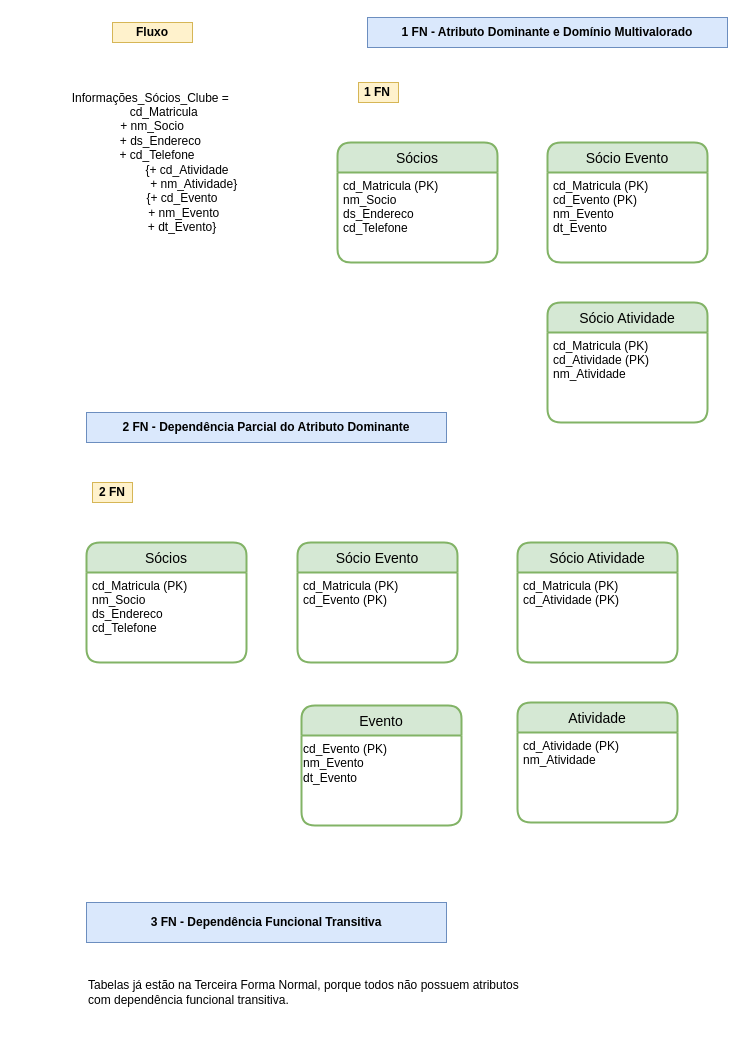
Earlier version of the draw.io diagram Untitled Diagram.drawio (costadaniele/BancoDeDados). Source tidied: cells renumbered, new cells numbered last; positions are measured from the earlier drawing's top-left corner, leaving out a move shared by most shapes. Both pictures are drawn from the tidied source at 100%, with x=0, y=0 at pixel (17, 17).
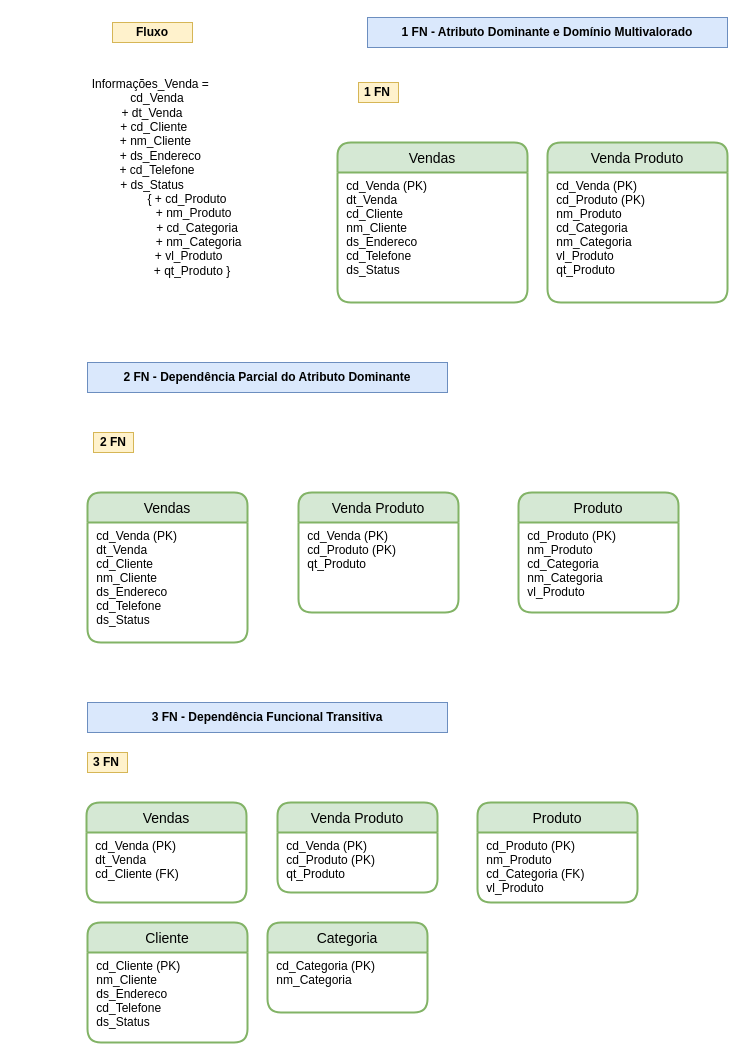
Above is the later version.

Change to the diagram source:
```diff
@@
-    <mxCell id="2" value="Sócios" style="swimlane;horizontal=1;startSize=30;rounded=1;fontSize=14;fontStyle=0;strokeWidth=2;shadow=0;dashed=0;align=center;fillColor=#d5e8d4;strokeColor=#82b366;" parent="1" vertex="1">
-      <mxGeometry x="320" y="125" width="160" height="120" as="geometry" />
+    <mxCell id="2" value="Vendas" style="swimlane;horizontal=1;startSize=30;rounded=1;fontSize=14;fontStyle=0;strokeWidth=2;shadow=0;dashed=0;align=center;fillColor=#d5e8d4;strokeColor=#82b366;" parent="1" vertex="1">
+      <mxGeometry x="320" y="125" width="190" height="160" as="geometry" />
     </mxCell>
-    <mxCell id="3" value="cd_Matricula (PK)&#10;nm_Socio&#10;ds_Endereco&#10;cd_Telefone" style="align=left;strokeColor=none;fillColor=none;spacingLeft=4;fontSize=12;verticalAlign=top;" parent="2" vertex="1">
-      <mxGeometry y="30" width="160" height="90" as="geometry" />
+    <mxCell id="3" value=" cd_Venda (PK)&#10; dt_Venda&#10; cd_Cliente&#10; nm_Cliente&#10; ds_Endereco&#10; cd_Telefone&#10; ds_Status" style="align=left;strokeColor=none;fillColor=none;spacingLeft=4;fontSize=12;verticalAlign=top;" parent="2" vertex="1">
+      <mxGeometry y="30" width="190" height="130" as="geometry" />
     </mxCell>
-    <mxCell id="4" value="Sócio Evento" style="swimlane;horizontal=1;startSize=30;rounded=1;fontSize=14;fontStyle=0;strokeWidth=2;shadow=0;dashed=0;align=center;fillColor=#d5e8d4;strokeColor=#82b366;" parent="1" vertex="1">
-      <mxGeometry x="530" y="125" width="160" height="120" as="geometry" />
+    <mxCell id="4" value="Venda Produto" style="swimlane;horizontal=1;startSize=30;rounded=1;fontSize=14;fontStyle=0;strokeWidth=2;shadow=0;dashed=0;align=center;fillColor=#d5e8d4;strokeColor=#82b366;" parent="1" vertex="1">
+      <mxGeometry x="530" y="125" width="180" height="160" as="geometry" />
     </mxCell>
-    <mxCell id="5" value="cd_Matricula (PK)&#10;cd_Evento (PK)&#10;nm_Evento&#10;dt_Evento&#10;" style="align=left;strokeColor=none;fillColor=none;spacingLeft=4;fontSize=12;verticalAlign=top;" parent="4" vertex="1">
-      <mxGeometry y="30" width="160" height="90" as="geometry" />
+    <mxCell id="5" value=" cd_Venda (PK)&#10; cd_Produto (PK)&#10; nm_Produto&#10; cd_Categoria&#10; nm_Categoria&#10; vl_Produto&#10; qt_Produto" style="align=left;strokeColor=none;fillColor=none;spacingLeft=4;fontSize=12;verticalAlign=top;" parent="4" vertex="1">
+      <mxGeometry y="30" width="180" height="130" as="geometry" />
     </mxCell>
@@
-    <mxCell id="7" value="Sócio Atividade" style="swimlane;horizontal=1;startSize=30;rounded=1;fontSize=14;fontStyle=0;strokeWidth=2;shadow=0;dashed=0;align=center;fillColor=#d5e8d4;strokeColor=#82b366;" parent="1" vertex="1">
-      <mxGeometry x="530" y="285" width="160" height="120" as="geometry" />
-    </mxCell>
-    <mxCell id="8" value="cd_Matricula (PK)&#10;cd_Atividade (PK)&#10;nm_Atividade&#10;" style="align=left;strokeColor=none;fillColor=none;spacingLeft=4;fontSize=12;verticalAlign=top;" parent="7" vertex="1">
-      <mxGeometry y="30" width="160" height="90" as="geometry" />
-    </mxCell>
@@
-    <mxCell id="11" value="&lt;b&gt;2 FN - Dependência Parcial do Atributo Dominante&lt;/b&gt;" style="text;html=1;strokeColor=#6c8ebf;fillColor=#dae8fc;align=center;verticalAlign=middle;whiteSpace=wrap;rounded=0;" parent="1" vertex="1">
-      <mxGeometry x="69" y="395" width="360" height="30" as="geometry" />
-    </mxCell>
-    <mxCell id="12" style="rounded=0;whiteSpace=wrap;html=1;fillColor=#fff2cc;strokeColor=#d6b656;" parent="1" vertex="1">
-      <mxGeometry x="75" y="465" width="40" height="20" as="geometry" />
-    </mxCell>
-    <mxCell id="13" value="&lt;b&gt;2 FN&lt;/b&gt;" style="text;html=1;strokeColor=none;fillColor=none;align=center;verticalAlign=middle;whiteSpace=wrap;rounded=0;" parent="1" vertex="1">
-      <mxGeometry x="75" y="465" width="40" height="20" as="geometry" />
-    </mxCell>
-    <mxCell id="14" value="Sócios" style="swimlane;horizontal=1;startSize=30;rounded=1;fontSize=14;fontStyle=0;strokeWidth=2;shadow=0;dashed=0;align=center;fillColor=#d5e8d4;strokeColor=#82b366;" parent="1" vertex="1">
-      <mxGeometry x="69" y="525" width="160" height="120" as="geometry" />
-    </mxCell>
-    <mxCell id="15" value="cd_Matricula (PK)&#10;nm_Socio&#10;ds_Endereco&#10;cd_Telefone" style="align=left;strokeColor=none;fillColor=none;spacingLeft=4;fontSize=12;verticalAlign=top;" parent="14" vertex="1">
-      <mxGeometry y="30" width="160" height="90" as="geometry" />
-    </mxCell>
-    <mxCell id="16" value="Sócio Evento" style="swimlane;horizontal=1;startSize=30;rounded=1;fontSize=14;fontStyle=0;strokeWidth=2;shadow=0;dashed=0;align=center;fillColor=#d5e8d4;strokeColor=#82b366;" parent="1" vertex="1">
-      <mxGeometry x="280" y="525" width="160" height="120" as="geometry" />
-    </mxCell>
-    <mxCell id="17" value="cd_Matricula (PK)&#10;cd_Evento (PK)" style="align=left;strokeColor=none;fillColor=none;spacingLeft=4;fontSize=12;verticalAlign=top;" parent="16" vertex="1">
-      <mxGeometry y="30" width="160" height="90" as="geometry" />
-    </mxCell>
-    <mxCell id="18" value="Sócio Atividade" style="swimlane;horizontal=1;startSize=30;rounded=1;fontSize=14;fontStyle=0;strokeWidth=2;shadow=0;dashed=0;align=center;fillColor=#d5e8d4;strokeColor=#82b366;" parent="1" vertex="1">
-      <mxGeometry x="500" y="525" width="160" height="120" as="geometry" />
-    </mxCell>
-    <mxCell id="19" value="cd_Matricula (PK)&#10;cd_Atividade (PK)" style="align=left;strokeColor=none;fillColor=none;spacingLeft=4;fontSize=12;verticalAlign=top;" parent="18" vertex="1">
-      <mxGeometry y="30" width="160" height="90" as="geometry" />
-    </mxCell>
-    <mxCell id="20" value="Atividade" style="swimlane;horizontal=1;startSize=30;rounded=1;fontSize=14;fontStyle=0;strokeWidth=2;shadow=0;dashed=0;align=center;fillColor=#d5e8d4;strokeColor=#82b366;" parent="1" vertex="1">
-      <mxGeometry x="500" y="685" width="160" height="120" as="geometry" />
-    </mxCell>
-    <mxCell id="21" value="cd_Atividade (PK)&#10;nm_Atividade&#10;" style="align=left;strokeColor=none;fillColor=none;spacingLeft=4;fontSize=12;verticalAlign=top;" parent="20" vertex="1">
-      <mxGeometry y="30" width="160" height="90" as="geometry" />
-    </mxCell>
     <mxCell id="22" value="&lt;b&gt;3 FN - Dependência Funcional Transitiva&lt;/b&gt;" style="text;html=1;strokeColor=#6c8ebf;fillColor=#dae8fc;align=center;verticalAlign=middle;whiteSpace=wrap;rounded=0;" parent="1" vertex="1">
-      <mxGeometry x="69" y="885" width="360" height="40" as="geometry" />
+      <mxGeometry x="70" y="685" width="360" height="30" as="geometry" />
     </mxCell>
-    <mxCell id="23" value="Evento" style="swimlane;horizontal=1;startSize=30;rounded=1;fontSize=14;fontStyle=0;strokeWidth=2;shadow=0;dashed=0;align=center;fillColor=#d5e8d4;strokeColor=#82b366;" parent="1" vertex="1">
-      <mxGeometry x="284" y="688" width="160" height="120" as="geometry" />
-    </mxCell>
-    <mxCell id="24" value="&lt;span&gt;cd_Evento (PK)&lt;/span&gt;&lt;br style=&quot;padding: 0px ; margin: 0px&quot;&gt;&lt;span&gt;nm_Evento&lt;/span&gt;&lt;br style=&quot;padding: 0px ; margin: 0px&quot;&gt;&lt;span&gt;dt_Evento&lt;/span&gt;" style="text;html=1;strokeColor=none;fillColor=none;align=left;verticalAlign=top;whiteSpace=wrap;rounded=0;perimeterSpacing=1;" parent="23" vertex="1">
-      <mxGeometry y="30" width="160" height="90" as="geometry" />
-    </mxCell>
-    <mxCell id="25" value="&lt;div&gt;Informações_Sócios_Clube =&lt;span&gt;&amp;nbsp;&lt;/span&gt;&lt;/div&gt;&lt;div&gt;&amp;nbsp;&lt;span&gt;&amp;nbsp; &amp;nbsp; &amp;nbsp; &lt;/span&gt;cd_Matricula&lt;/div&gt;&lt;div&gt;&lt;span&gt;+ nm_Socio&lt;/span&gt;&lt;/div&gt;&lt;div&gt;&lt;span&gt; &lt;/span&gt;&amp;nbsp; &amp;nbsp; &amp;nbsp;+ ds_Endereco&lt;/div&gt;&lt;div&gt;&lt;span&gt; &lt;/span&gt;&amp;nbsp; &amp;nbsp;+ cd_Telefone&lt;/div&gt;&lt;div&gt;&lt;span&gt;&lt;/span&gt;&amp;nbsp; &amp;nbsp; &amp;nbsp; &amp;nbsp; &amp;nbsp; &amp;nbsp; &amp;nbsp; &amp;nbsp; &amp;nbsp; &amp;nbsp; &amp;nbsp;{+ cd_Atividade&lt;/div&gt;&lt;div&gt;&lt;span&gt;&lt;/span&gt;&amp;nbsp; &amp;nbsp; &amp;nbsp; &amp;nbsp; &amp;nbsp; &amp;nbsp; &amp;nbsp; &amp;nbsp; &amp;nbsp; &amp;nbsp; &amp;nbsp; &amp;nbsp; &amp;nbsp;+ nm_Atividade}&lt;/div&gt;&lt;div&gt;&lt;span&gt;&lt;/span&gt;&amp;nbsp; &amp;nbsp; &amp;nbsp;&lt;span&gt;&amp;nbsp; &amp;nbsp; &amp;nbsp; &amp;nbsp; &amp;nbsp; &amp;nbsp; &amp;nbsp;{+ cd_Evento&lt;/span&gt;&lt;/div&gt;&lt;div&gt;&lt;span&gt;&lt;/span&gt;&amp;nbsp; &amp;nbsp; &amp;nbsp; &amp;nbsp; &amp;nbsp; &amp;nbsp; &amp;nbsp; &amp;nbsp; &amp;nbsp; &amp;nbsp;+ nm_Evento&lt;/div&gt;&lt;div&gt;&lt;span&gt;&lt;/span&gt;&amp;nbsp; &amp;nbsp; &amp;nbsp; &amp;nbsp; &amp;nbsp; &amp;nbsp; &amp;nbsp; &amp;nbsp; &amp;nbsp; + dt_Evento}&lt;/div&gt;" style="text;html=1;strokeColor=none;fillColor=none;align=center;verticalAlign=middle;whiteSpace=wrap;rounded=0;" parent="1" vertex="1">
-      <mxGeometry y="65" width="270" height="160" as="geometry" />
+    <mxCell id="25" value="&lt;div&gt;Informações_Venda =&lt;span&gt;&amp;nbsp;&lt;/span&gt;&lt;/div&gt;&lt;div&gt;&amp;nbsp;&lt;span&gt;&amp;nbsp; &lt;/span&gt;cd_Venda&lt;/div&gt;&lt;div&gt;&lt;span&gt;+ dt_Venda&lt;/span&gt;&lt;/div&gt;&lt;div&gt;&lt;span&gt; &lt;/span&gt;&amp;nbsp;+ cd_Cliente&lt;/div&gt;&lt;div&gt;&lt;span&gt; &lt;/span&gt;&amp;nbsp; + nm_Cliente&lt;/div&gt;&lt;div&gt;&amp;nbsp; &amp;nbsp; &amp;nbsp;+ ds_Endereco&lt;/div&gt;&lt;div&gt;&amp;nbsp; &amp;nbsp;+ cd_Telefone&lt;/div&gt;&lt;div&gt;&lt;span&gt;+ ds_Status&lt;/span&gt;&lt;/div&gt;&lt;div&gt;&lt;span&gt;&lt;/span&gt;&amp;nbsp; &amp;nbsp; &amp;nbsp; &amp;nbsp; &amp;nbsp; &amp;nbsp; &amp;nbsp; &amp;nbsp; &amp;nbsp; &amp;nbsp; &amp;nbsp;{ + cd_Produto&lt;/div&gt;&lt;div&gt;&lt;span&gt;&lt;/span&gt;&amp;nbsp; &amp;nbsp; &amp;nbsp; &amp;nbsp; &amp;nbsp; &amp;nbsp; &amp;nbsp; &amp;nbsp; &amp;nbsp; &amp;nbsp; &amp;nbsp; &amp;nbsp; &amp;nbsp;+ nm_Produto&lt;/div&gt;&lt;div&gt;&lt;span&gt;&lt;/span&gt;&amp;nbsp; &amp;nbsp; &amp;nbsp;&lt;span&gt;&amp;nbsp; &amp;nbsp; &amp;nbsp; &amp;nbsp; &amp;nbsp; &amp;nbsp; &amp;nbsp; &amp;nbsp; &amp;nbsp; &amp;nbsp; &amp;nbsp; + cd_Categoria&lt;/span&gt;&lt;/div&gt;&lt;div&gt;&lt;span&gt;&lt;/span&gt;&amp;nbsp; &amp;nbsp; &amp;nbsp; &amp;nbsp; &amp;nbsp; &amp;nbsp; &amp;nbsp; &amp;nbsp; &amp;nbsp; &amp;nbsp; &amp;nbsp; &amp;nbsp; &amp;nbsp; &amp;nbsp; + nm_Categoria&lt;/div&gt;&lt;div&gt;&lt;span&gt;&lt;/span&gt;&amp;nbsp; &amp;nbsp; &amp;nbsp; &amp;nbsp; &amp;nbsp; &amp;nbsp; &amp;nbsp; &amp;nbsp; &amp;nbsp; &amp;nbsp; &amp;nbsp; + vl_Produto&lt;/div&gt;&lt;div&gt;&amp;nbsp; &amp;nbsp; &amp;nbsp; &amp;nbsp; &amp;nbsp; &amp;nbsp; &amp;nbsp; &amp;nbsp; &amp;nbsp; &amp;nbsp; &amp;nbsp; &amp;nbsp; + qt_Produto }&lt;/div&gt;" style="text;html=1;strokeColor=none;fillColor=none;align=center;verticalAlign=middle;whiteSpace=wrap;rounded=0;" parent="1" vertex="1">
+      <mxGeometry y="55" width="270" height="210" as="geometry" />
     </mxCell>
@@
-    <mxCell id="28" value="Tabelas já estão na Terceira Forma Normal, porque todos não possuem atributos com dependência funcional transitiva." style="text;html=1;strokeColor=none;fillColor=none;align=left;verticalAlign=middle;whiteSpace=wrap;rounded=0;" parent="1" vertex="1">
-      <mxGeometry x="69" y="965" width="440" height="20" as="geometry" />
-    </mxCell>
+    <mxCell id="29" value="Vendas" style="swimlane;horizontal=1;startSize=30;rounded=1;fontSize=14;fontStyle=0;strokeWidth=2;shadow=0;dashed=0;align=center;fillColor=#d5e8d4;strokeColor=#82b366;" parent="1" vertex="1">
+      <mxGeometry x="69" y="785" width="160" height="100" as="geometry" />
+    </mxCell>
+    <mxCell id="30" value=" cd_Venda (PK)&#10; dt_Venda&#10; cd_Cliente (FK)" style="align=left;strokeColor=none;fillColor=none;spacingLeft=4;fontSize=12;verticalAlign=top;" parent="29" vertex="1">
+      <mxGeometry y="30" width="160" height="70" as="geometry" />
+    </mxCell>
+    <mxCell id="31" value="Venda Produto" style="swimlane;horizontal=1;startSize=30;rounded=1;fontSize=14;fontStyle=0;strokeWidth=2;shadow=0;dashed=0;align=center;fillColor=#d5e8d4;strokeColor=#82b366;" parent="1" vertex="1">
+      <mxGeometry x="260" y="785" width="160" height="90" as="geometry" />
+    </mxCell>
+    <mxCell id="32" value=" cd_Venda (PK)&#10; cd_Produto (PK)&#10; qt_Produto" style="align=left;strokeColor=none;fillColor=none;spacingLeft=4;fontSize=12;verticalAlign=top;" parent="31" vertex="1">
+      <mxGeometry y="30" width="160" height="60" as="geometry" />
+    </mxCell>
+    <mxCell id="33" value="Produto" style="swimlane;horizontal=1;startSize=30;rounded=1;fontSize=14;fontStyle=0;strokeWidth=2;shadow=0;dashed=0;align=center;fillColor=#d5e8d4;strokeColor=#82b366;" parent="1" vertex="1">
+      <mxGeometry x="460" y="785" width="160" height="100" as="geometry" />
+    </mxCell>
+    <mxCell id="34" value=" cd_Produto (PK)&#10; nm_Produto&#10; cd_Categoria (FK)&#10; vl_Produto" style="align=left;strokeColor=none;fillColor=none;spacingLeft=4;fontSize=12;verticalAlign=top;" parent="33" vertex="1">
+      <mxGeometry y="30" width="160" height="90" as="geometry" />
+    </mxCell>
+    <mxCell id="35" value=" &#10; &#10;" style="align=left;strokeColor=none;fillColor=none;spacingLeft=4;fontSize=12;verticalAlign=top;" parent="33" vertex="1">
+      <mxGeometry y="120" width="160" height="-20" as="geometry" />
+    </mxCell>
+    <mxCell id="36" value="Cliente" style="swimlane;horizontal=1;startSize=30;rounded=1;fontSize=14;fontStyle=0;strokeWidth=2;shadow=0;dashed=0;align=center;fillColor=#d5e8d4;strokeColor=#82b366;" parent="1" vertex="1">
+      <mxGeometry x="70" y="905" width="160" height="120" as="geometry" />
+    </mxCell>
+    <mxCell id="37" value=" cd_Cliente (PK)&#10; nm_Cliente&#10; ds_Endereco&#10; cd_Telefone&#10; ds_Status" style="align=left;strokeColor=none;fillColor=none;spacingLeft=4;fontSize=12;verticalAlign=top;" parent="36" vertex="1">
+      <mxGeometry y="30" width="160" height="90" as="geometry" />
+    </mxCell>
+    <mxCell id="38" value="Categoria" style="swimlane;horizontal=1;startSize=30;rounded=1;fontSize=14;fontStyle=0;strokeWidth=2;shadow=0;dashed=0;align=center;fillColor=#d5e8d4;strokeColor=#82b366;" parent="1" vertex="1">
+      <mxGeometry x="250" y="905" width="160" height="90" as="geometry" />
+    </mxCell>
+    <mxCell id="39" value=" cd_Categoria (PK)&#10; nm_Categoria&#10;" style="align=left;strokeColor=none;fillColor=none;spacingLeft=4;fontSize=12;verticalAlign=top;" parent="38" vertex="1">
+      <mxGeometry y="30" width="160" height="60" as="geometry" />
+    </mxCell>
+    <mxCell id="40" style="rounded=0;whiteSpace=wrap;html=1;fillColor=#fff2cc;strokeColor=#d6b656;" parent="1" vertex="1">
+      <mxGeometry x="70" y="735" width="40" height="20" as="geometry" />
+    </mxCell>
+    <mxCell id="41" value="&lt;b&gt;3 FN&lt;/b&gt;" style="text;html=1;strokeColor=none;fillColor=none;align=center;verticalAlign=middle;whiteSpace=wrap;rounded=0;" parent="1" vertex="1">
+      <mxGeometry x="69" y="735" width="40" height="20" as="geometry" />
+    </mxCell>
+    <mxCell id="11" value="&lt;b&gt;2 FN - Dependência Parcial do Atributo Dominante&lt;/b&gt;" style="text;html=1;strokeColor=#6c8ebf;fillColor=#dae8fc;align=center;verticalAlign=middle;whiteSpace=wrap;rounded=0;" parent="1" vertex="1">
+      <mxGeometry x="70" y="345" width="360" height="30" as="geometry" />
+    </mxCell>
+    <mxCell id="42" style="rounded=0;whiteSpace=wrap;html=1;fillColor=#fff2cc;strokeColor=#d6b656;" parent="1" vertex="1">
+      <mxGeometry x="76" y="415" width="40" height="20" as="geometry" />
+    </mxCell>
+    <mxCell id="13" value="&lt;b&gt;2 FN&lt;/b&gt;" style="text;html=1;strokeColor=none;fillColor=none;align=center;verticalAlign=middle;whiteSpace=wrap;rounded=0;" parent="1" vertex="1">
+      <mxGeometry x="76" y="415" width="40" height="20" as="geometry" />
+    </mxCell>
+    <mxCell id="43" value="Vendas" style="swimlane;horizontal=1;startSize=30;rounded=1;fontSize=14;fontStyle=0;strokeWidth=2;shadow=0;dashed=0;align=center;fillColor=#d5e8d4;strokeColor=#82b366;" parent="1" vertex="1">
+      <mxGeometry x="70" y="475" width="160" height="150" as="geometry" />
+    </mxCell>
+    <mxCell id="44" value=" cd_Venda (PK)&#10; dt_Venda&#10; cd_Cliente&#10; nm_Cliente&#10; ds_Endereco&#10; cd_Telefone&#10; ds_Status" style="align=left;strokeColor=none;fillColor=none;spacingLeft=4;fontSize=12;verticalAlign=top;" parent="43" vertex="1">
+      <mxGeometry y="30" width="160" height="120" as="geometry" />
+    </mxCell>
+    <mxCell id="45" value="Venda Produto" style="swimlane;horizontal=1;startSize=30;rounded=1;fontSize=14;fontStyle=0;strokeWidth=2;shadow=0;dashed=0;align=center;fillColor=#d5e8d4;strokeColor=#82b366;" parent="1" vertex="1">
+      <mxGeometry x="281" y="475" width="160" height="120" as="geometry" />
+    </mxCell>
+    <mxCell id="46" value=" cd_Venda (PK)&#10; cd_Produto (PK)&#10; qt_Produto" style="align=left;strokeColor=none;fillColor=none;spacingLeft=4;fontSize=12;verticalAlign=top;" parent="45" vertex="1">
+      <mxGeometry y="30" width="160" height="90" as="geometry" />
+    </mxCell>
+    <mxCell id="47" value="Produto" style="swimlane;horizontal=1;startSize=30;rounded=1;fontSize=14;fontStyle=0;strokeWidth=2;shadow=0;dashed=0;align=center;fillColor=#d5e8d4;strokeColor=#82b366;" parent="1" vertex="1">
+      <mxGeometry x="501" y="475" width="160" height="120" as="geometry" />
+    </mxCell>
+    <mxCell id="48" value=" cd_Produto (PK)&#10; nm_Produto&#10; cd_Categoria&#10; nm_Categoria&#10; vl_Produto" style="align=left;strokeColor=none;fillColor=none;spacingLeft=4;fontSize=12;verticalAlign=top;" parent="47" vertex="1">
+      <mxGeometry y="30" width="160" height="90" as="geometry" />
+    </mxCell>
+    <mxCell id="49" value=" &#10; &#10;" style="align=left;strokeColor=none;fillColor=none;spacingLeft=4;fontSize=12;verticalAlign=top;" parent="47" vertex="1">
+      <mxGeometry y="120" width="160" as="geometry" />
+    </mxCell>
```
